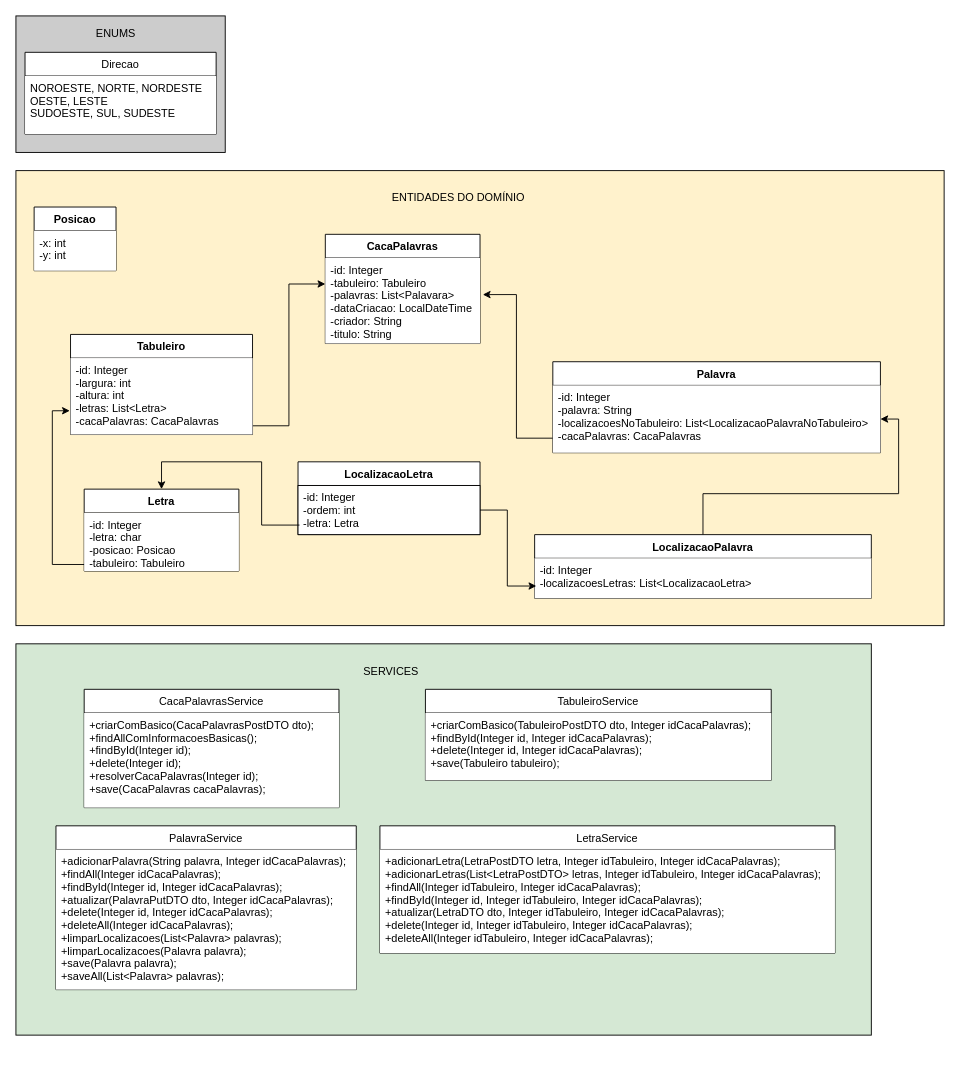
Before: CacaPalavras-Diagrama.drawio in FelypeGanzert/caca-palavras, a draw.io diagram. Source tidied: cells renumbered, new cells numbered last; positions are measured from the earlier drawing's top-left corner, leaving out a move shared by most shapes. Both pictures are drawn from the tidied source at 91%, with x=0, y=0 at pixel (15, 15).
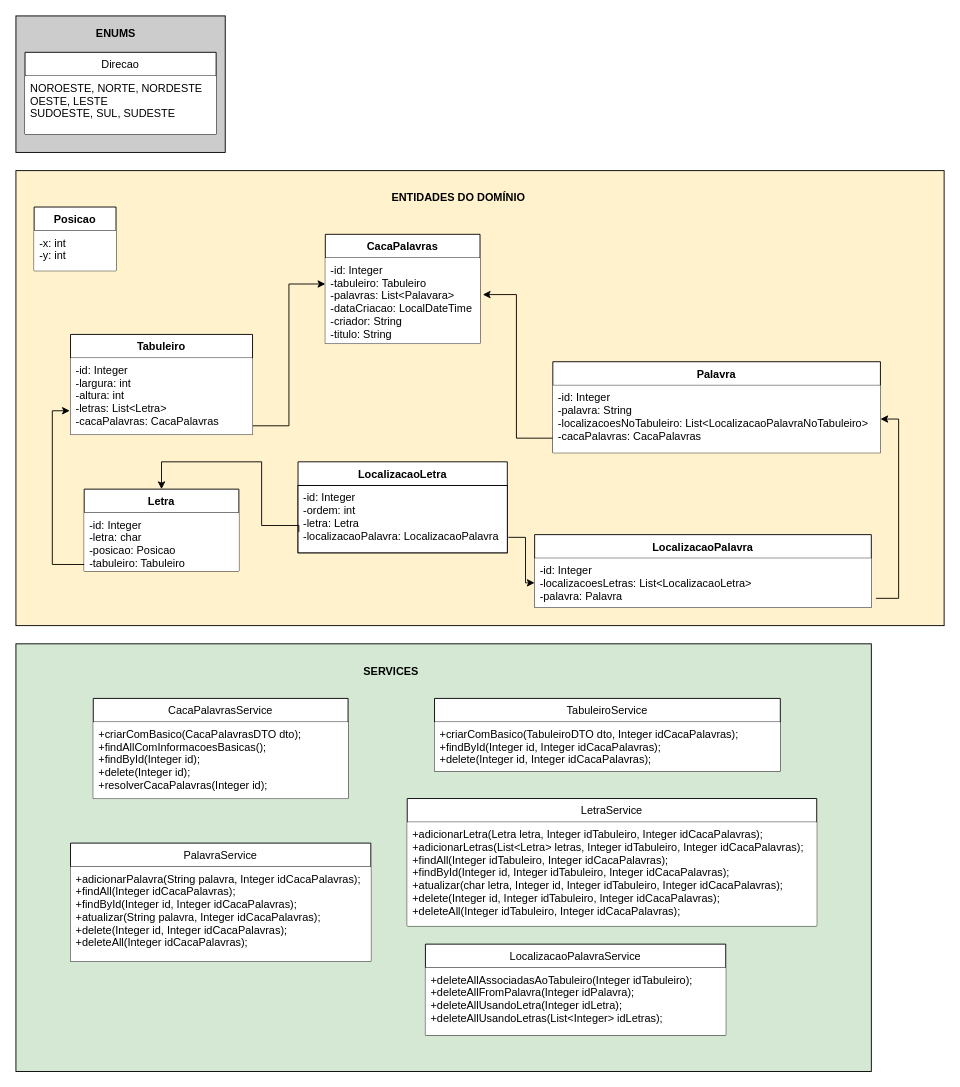
The same diagram, later.

Commit message:
Atualiza o diagrama de classes e services do projeto

The change refers to these unchanged cells:
```xml
<mxCell id="5" value="Letra" style="swimlane;fontStyle=1;align=center;verticalAlign=top;horizontal=1;startSize=26;fillColor=#FFFFFF;" parent="1" vertex="1">
  <mxGeometry x="75" y="520" width="170" height="90" as="geometry" />
</mxCell>
<mxCell id="16" value="-id: Integer&#10;-palavra: String&#10;-localizacoesNoTabuleiro: List&lt;LocalizacaoPalavraNoTabuleiro&gt;&#10;-cacaPalavras: CacaPalavras" style="text;strokeColor=none;fillColor=#FFFFFF;align=left;verticalAlign=top;spacingLeft=4;spacingRight=4;overflow=hidden;points=[[0,0.5],[1,0.5]];portConstraint=eastwest;" parent="15" vertex="1">
  <mxGeometry y="26" width="360" height="74" as="geometry" />
</mxCell>
```

The edit, as a diff of the source:
```diff
@@
     <mxCell id="2" style="rounded=0;whiteSpace=wrap;html=1;fillColor=#D5E8D4;" parent="1" vertex="1">
-      <mxGeometry y="690" width="940" height="430" as="geometry" />
+      <mxGeometry y="690" width="940" height="470" as="geometry" />
     </mxCell>
@@
     <mxCell id="9" value="LocalizacaoLetra" style="swimlane;fontStyle=1;align=center;verticalAlign=top;horizontal=1;startSize=26;fillColor=#FFFFFF;" parent="1" vertex="1">
-      <mxGeometry x="310" y="490" width="200" height="80" as="geometry" />
+      <mxGeometry x="310" y="490" width="230" height="100" as="geometry" />
     </mxCell>
-    <mxCell id="10" value="-id: Integer&#10;-ordem: int&#10;-letra: Letra" style="text;strokeColor=#000000;fillColor=#FFFFFF;align=left;verticalAlign=top;spacingLeft=4;spacingRight=4;overflow=hidden;points=[[0,0.5],[1,0.5]];portConstraint=eastwest;" parent="9" vertex="1">
-      <mxGeometry y="26" width="200" height="54" as="geometry" />
+    <mxCell id="10" value="-id: Integer&#10;-ordem: int&#10;-letra: Letra&#10;-localizacaoPalavra: LocalizacaoPalavra" style="text;strokeColor=#000000;fillColor=#FFFFFF;align=left;verticalAlign=top;spacingLeft=4;spacingRight=4;overflow=hidden;points=[[0,0.5],[1,0.5]];portConstraint=eastwest;" parent="9" vertex="1">
+      <mxGeometry y="26" width="230" height="74" as="geometry" />
     </mxCell>
-    <mxCell id="11" style="edgeStyle=orthogonalEdgeStyle;rounded=0;jettySize=auto;html=1;entryX=1;entryY=0.5;entryDx=0;entryDy=0;fillColor=#FFFFFF;" parent="1" edge="1" source="12" target="16">
+    <mxCell id="11" style="edgeStyle=orthogonalEdgeStyle;rounded=0;jettySize=auto;html=1;entryX=1;entryY=0.5;entryDx=0;entryDy=0;fillColor=#FFFFFF;exitX=1.014;exitY=0.815;exitDx=0;exitDy=0;exitPerimeter=0;" parent="1" edge="1" source="13" target="16">
       <mxGeometry relative="1" as="geometry" />
     </mxCell>
     <mxCell id="12" value="LocalizacaoPalavra" style="swimlane;fontStyle=1;align=center;verticalAlign=top;horizontal=1;startSize=26;fillColor=#FFFFFF;" parent="1" vertex="1">
-      <mxGeometry x="570" y="570" width="370" height="70" as="geometry" />
+      <mxGeometry x="570" y="570" width="370" height="80" as="geometry" />
     </mxCell>
-    <mxCell id="13" value="-id: Integer&#10;-localizacoesLetras: List&lt;LocalizacaoLetra&gt;" style="text;strokeColor=none;fillColor=#FFFFFF;align=left;verticalAlign=top;spacingLeft=4;spacingRight=4;overflow=hidden;points=[[0,0.5],[1,0.5]];portConstraint=eastwest;" parent="12" vertex="1">
-      <mxGeometry y="26" width="370" height="44" as="geometry" />
+    <mxCell id="13" value="-id: Integer&#10;-localizacoesLetras: List&lt;LocalizacaoLetra&gt;&#10;-palavra: Palavra" style="text;strokeColor=none;fillColor=#FFFFFF;align=left;verticalAlign=top;spacingLeft=4;spacingRight=4;overflow=hidden;points=[[0,0.5],[1,0.5]];portConstraint=eastwest;" parent="12" vertex="1">
+      <mxGeometry y="26" width="370" height="54" as="geometry" />
     </mxCell>
@@
-    <mxCell id="20" style="edgeStyle=orthogonalEdgeStyle;rounded=0;jettySize=auto;html=1;entryX=0.005;entryY=0.693;entryDx=0;entryDy=0;fillColor=#FFFFFF;entryPerimeter=0;" parent="1" edge="1" source="10" target="13">
-      <mxGeometry relative="1" as="geometry" />
+    <mxCell id="20" style="edgeStyle=orthogonalEdgeStyle;rounded=0;jettySize=auto;html=1;entryX=0;entryY=0.5;entryDx=0;entryDy=0;fillColor=#FFFFFF;exitX=1.005;exitY=0.77;exitDx=0;exitDy=0;exitPerimeter=0;" parent="1" edge="1" source="10" target="13">
+      <mxGeometry relative="1" as="geometry">
+        <Array as="points">
+          <mxPoint x="560" y="573" />
+          <mxPoint x="560" y="623" />
+        </Array>
+      </mxGeometry>
     </mxCell>
     <mxCell id="21" value="CacaPalavrasService" style="swimlane;fontStyle=0;horizontal=1;startSize=26;fillColor=#FFFFFF;" parent="1" vertex="1">
-      <mxGeometry x="75" y="740" width="280" height="130" as="geometry" />
+      <mxGeometry x="85" y="750" width="280" height="110" as="geometry" />
     </mxCell>
-    <mxCell id="22" value="+criarComBasico(CacaPalavrasPostDTO dto);&#10;+findAllComInformacoesBasicas();&#10;+findById(Integer id);&#10;+delete(Integer id);&#10;+resolverCacaPalavras(Integer id);&#10;+save(CacaPalavras cacaPalavras);&#10;" style="text;strokeColor=none;fillColor=#FFFFFF;align=left;verticalAlign=top;spacingLeft=4;spacingRight=4;overflow=hidden;" parent="21" vertex="1">
-      <mxGeometry y="26" width="280" height="104" as="geometry" />
+    <mxCell id="22" value="+criarComBasico(CacaPalavrasDTO dto);&#10;+findAllComInformacoesBasicas();&#10;+findById(Integer id);&#10;+delete(Integer id);&#10;+resolverCacaPalavras(Integer id);&#10;" style="text;strokeColor=none;fillColor=#FFFFFF;align=left;verticalAlign=top;spacingLeft=4;spacingRight=4;overflow=hidden;" parent="21" vertex="1">
+      <mxGeometry y="26" width="280" height="84" as="geometry" />
     </mxCell>
@@
-    <mxCell id="24" value="ENUMS" style="text;html=1;strokeColor=none;fillColor=none;align=center;verticalAlign=middle;whiteSpace=wrap;rounded=0;" parent="1" vertex="1">
+    <mxCell id="24" value="ENUMS" style="text;html=1;strokeColor=none;fillColor=none;align=center;verticalAlign=middle;whiteSpace=wrap;rounded=0;fontStyle=1;" parent="1" vertex="1">
       <mxGeometry x="90" y="10" width="40" height="20" as="geometry" />
     </mxCell>
@@
-    <mxCell id="29" value="ENTIDADES DO DOMÍNIO" style="text;html=1;strokeColor=none;fillColor=none;align=center;verticalAlign=middle;whiteSpace=wrap;rounded=0;" parent="1" vertex="1">
+    <mxCell id="29" value="ENTIDADES DO DOMÍNIO" style="text;html=1;strokeColor=none;fillColor=none;align=center;verticalAlign=middle;whiteSpace=wrap;rounded=0;fontStyle=1;" parent="1" vertex="1">
       <mxGeometry x="383" y="190" width="207" height="20" as="geometry" />
     </mxCell>
-    <mxCell id="30" value="SERVICES" style="text;html=1;strokeColor=none;fillColor=none;align=center;verticalAlign=middle;whiteSpace=wrap;rounded=0;" parent="1" vertex="1">
+    <mxCell id="30" value="SERVICES" style="text;html=1;strokeColor=none;fillColor=none;align=center;verticalAlign=middle;whiteSpace=wrap;rounded=0;fontStyle=1;" parent="1" vertex="1">
       <mxGeometry x="375" y="711" width="75" height="20" as="geometry" />
     </mxCell>
-    <mxCell id="31" style="edgeStyle=orthogonalEdgeStyle;rounded=0;jettySize=auto;html=1;entryX=0.5;entryY=0;entryDx=0;entryDy=0;fillColor=#FFFFFF;exitX=0.008;exitY=0.806;exitDx=0;exitDy=0;exitPerimeter=0;" parent="1" edge="1" source="10" target="5">
+    <mxCell id="31" style="edgeStyle=orthogonalEdgeStyle;rounded=0;jettySize=auto;html=1;entryX=0.5;entryY=0;entryDx=0;entryDy=0;fillColor=#FFFFFF;exitX=0.004;exitY=0.689;exitDx=0;exitDy=0;exitPerimeter=0;" parent="1" edge="1" source="10" target="5">
       <mxGeometry relative="1" as="geometry">
         <Array as="points">
+          <mxPoint x="311" y="560" />
           <mxPoint x="270" y="560" />
           <mxPoint x="270" y="490" />
           <mxPoint x="160" y="490" />
         </Array>
       </mxGeometry>
     </mxCell>
     <mxCell id="32" value="TabuleiroService" style="swimlane;fontStyle=0;horizontal=1;startSize=26;fillColor=#FFFFFF;" parent="1" vertex="1">
-      <mxGeometry x="450" y="740" width="380" height="100" as="geometry" />
+      <mxGeometry x="460" y="750" width="380" height="80" as="geometry" />
     </mxCell>
-    <mxCell id="33" value="+criarComBasico(TabuleiroPostDTO dto, Integer idCacaPalavras);&#10;+findById(Integer id, Integer idCacaPalavras);&#10;+delete(Integer id, Integer idCacaPalavras);&#10;+save(Tabuleiro tabuleiro);" style="text;strokeColor=none;fillColor=#FFFFFF;align=left;verticalAlign=top;spacingLeft=4;spacingRight=4;overflow=hidden;" parent="32" vertex="1">
-      <mxGeometry y="26" width="380" height="74" as="geometry" />
+    <mxCell id="33" value="+criarComBasico(TabuleiroDTO dto, Integer idCacaPalavras);&#10;+findById(Integer id, Integer idCacaPalavras);&#10;+delete(Integer id, Integer idCacaPalavras);" style="text;strokeColor=none;fillColor=#FFFFFF;align=left;verticalAlign=top;spacingLeft=4;spacingRight=4;overflow=hidden;" parent="32" vertex="1">
+      <mxGeometry y="26" width="380" height="54" as="geometry" />
     </mxCell>
     <mxCell id="34" value="PalavraService" style="swimlane;fontStyle=0;horizontal=1;startSize=26;fillColor=#FFFFFF;" parent="1" vertex="1">
-      <mxGeometry x="44" y="890" width="330" height="180" as="geometry" />
+      <mxGeometry x="60" y="909" width="330" height="130" as="geometry" />
     </mxCell>
-    <mxCell id="35" value="+adicionarPalavra(String palavra, Integer idCacaPalavras);&#10;+findAll(Integer idCacaPalavras);&#10;+findById(Integer id, Integer idCacaPalavras);&#10;+atualizar(PalavraPutDTO dto, Integer idCacaPalavras);&#10;+delete(Integer id, Integer idCacaPalavras);&#10;+deleteAll(Integer idCacaPalavras);&#10;+limparLocalizacoes(List&lt;Palavra&gt; palavras);&#10;+limparLocalizacoes(Palavra palavra);&#10;+save(Palavra palavra);&#10;+saveAll(List&lt;Palavra&gt; palavras);" style="text;strokeColor=none;fillColor=#FFFFFF;align=left;verticalAlign=top;spacingLeft=4;spacingRight=4;overflow=hidden;" parent="34" vertex="1">
-      <mxGeometry y="26" width="330" height="154" as="geometry" />
+    <mxCell id="35" value="+adicionarPalavra(String palavra, Integer idCacaPalavras);&#10;+findAll(Integer idCacaPalavras);&#10;+findById(Integer id, Integer idCacaPalavras);&#10;+atualizar(String palavra, Integer idCacaPalavras);&#10;+delete(Integer id, Integer idCacaPalavras);&#10;+deleteAll(Integer idCacaPalavras);" style="text;strokeColor=none;fillColor=#FFFFFF;align=left;verticalAlign=top;spacingLeft=4;spacingRight=4;overflow=hidden;" parent="34" vertex="1">
+      <mxGeometry y="26" width="330" height="104" as="geometry" />
     </mxCell>
     <mxCell id="36" value="LetraService" style="swimlane;fontStyle=0;horizontal=1;startSize=26;fillColor=#FFFFFF;" parent="1" vertex="1">
-      <mxGeometry x="400" y="890" width="500" height="140" as="geometry" />
+      <mxGeometry x="430" y="860" width="450" height="140" as="geometry" />
     </mxCell>
-    <mxCell id="37" value="+adicionarLetra(LetraPostDTO letra, Integer idTabuleiro, Integer idCacaPalavras);&#10;+adicionarLetras(List&lt;LetraPostDTO&gt; letras, Integer idTabuleiro, Integer idCacaPalavras);&#10;+findAll(Integer idTabuleiro, Integer idCacaPalavras);&#10;+findById(Integer id, Integer idTabuleiro, Integer idCacaPalavras);&#10;+atualizar(LetraDTO dto, Integer idTabuleiro, Integer idCacaPalavras);&#10;+delete(Integer id, Integer idTabuleiro, Integer idCacaPalavras);&#10;+deleteAll(Integer idTabuleiro, Integer idCacaPalavras);" style="text;strokeColor=none;fillColor=#FFFFFF;align=left;verticalAlign=top;spacingLeft=4;spacingRight=4;overflow=hidden;" parent="36" vertex="1">
-      <mxGeometry y="26" width="500" height="114" as="geometry" />
+    <mxCell id="37" value="+adicionarLetra(Letra letra, Integer idTabuleiro, Integer idCacaPalavras);&#10;+adicionarLetras(List&lt;Letra&gt; letras, Integer idTabuleiro, Integer idCacaPalavras);&#10;+findAll(Integer idTabuleiro, Integer idCacaPalavras);&#10;+findById(Integer id, Integer idTabuleiro, Integer idCacaPalavras);&#10;+atualizar(char letra, Integer id, Integer idTabuleiro, Integer idCacaPalavras);&#10;+delete(Integer id, Integer idTabuleiro, Integer idCacaPalavras);&#10;+deleteAll(Integer idTabuleiro, Integer idCacaPalavras);" style="text;strokeColor=none;fillColor=#FFFFFF;align=left;verticalAlign=top;spacingLeft=4;spacingRight=4;overflow=hidden;" parent="36" vertex="1">
+      <mxGeometry y="26" width="450" height="114" as="geometry" />
     </mxCell>
+    <mxCell id="38" value="LocalizacaoPalavraService" style="swimlane;fontStyle=0;horizontal=1;startSize=26;fillColor=#FFFFFF;" parent="1" vertex="1">
+      <mxGeometry x="450" y="1020" width="330" height="100" as="geometry" />
+    </mxCell>
+    <mxCell id="39" value="+deleteAllAssociadasAoTabuleiro(Integer idTabuleiro);&#10;+deleteAllFromPalavra(Integer idPalavra);&#10;+deleteAllUsandoLetra(Integer idLetra);&#10;+deleteAllUsandoLetras(List&lt;Integer&gt; idLetras);" style="text;strokeColor=none;fillColor=#FFFFFF;align=left;verticalAlign=top;spacingLeft=4;spacingRight=4;overflow=hidden;" parent="38" vertex="1">
+      <mxGeometry y="26" width="330" height="74" as="geometry" />
+    </mxCell>
```
